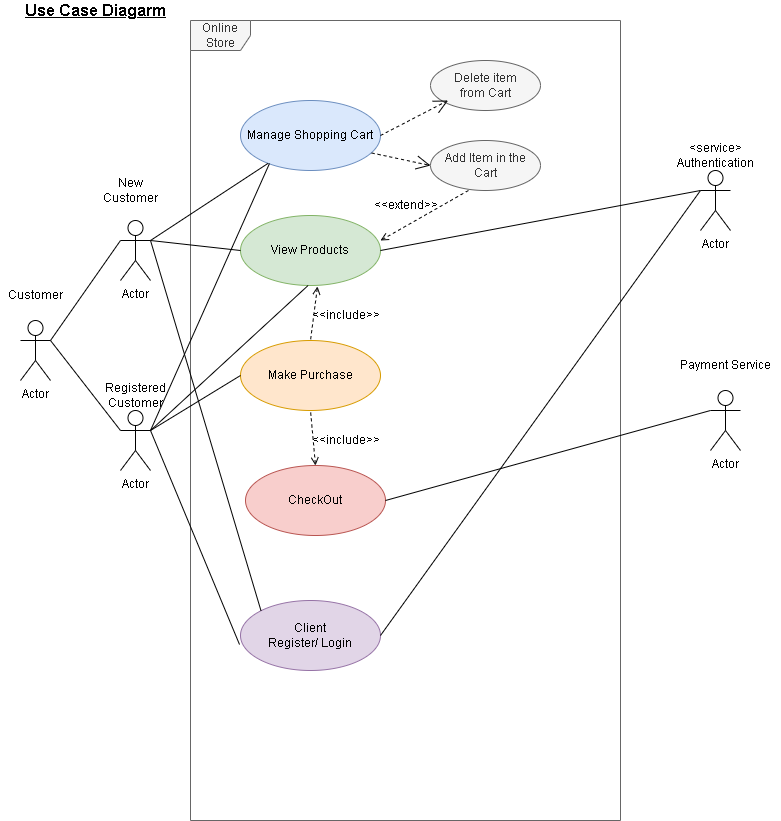
This is givealittle/UML diagramls/Scenarios/scenarios.png from tiisetsohub/GiveALittle, a draw.io export, as it was before one commit. Source tidied: cells renumbered, new cells last; positions are measured from the earlier drawing's top-left corner, leaving out a move shared by most shapes.
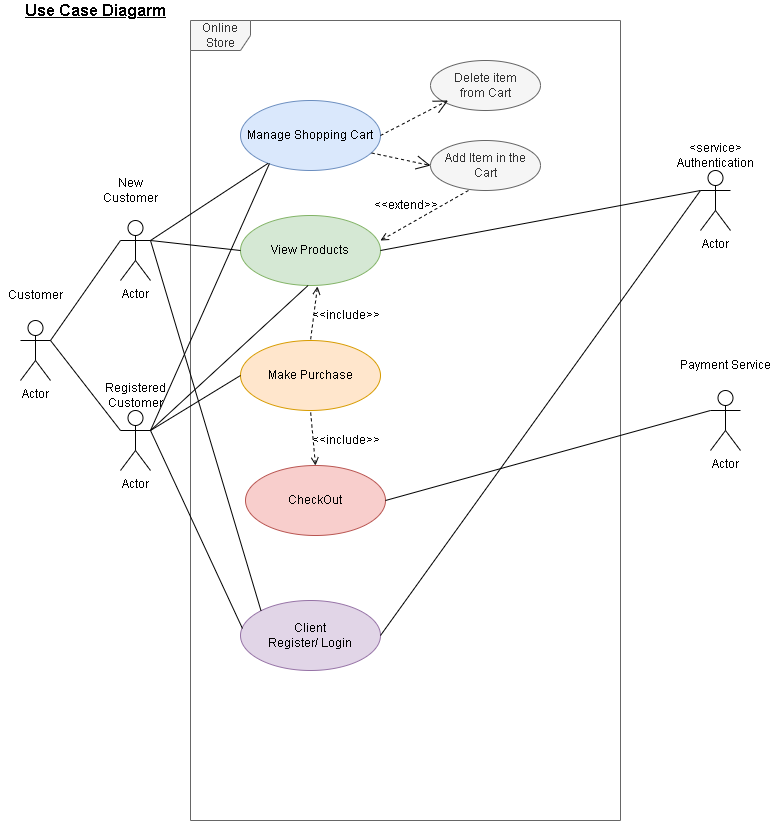
After the commit.

Diff of the diagram source:
```diff
@@ -78,7 +78,7 @@
     <mxCell id="25" style="endArrow=none;endFill=0;endSize=12;html=1;rounded=0;exitX=1;exitY=0.3333333333333333;exitDx=0;exitDy=0;exitPerimeter=0;entryX=0;entryY=0.3333333333333333;entryDx=0;entryDy=0;entryPerimeter=0;" parent="1" edge="1" source="2" target="4">
       <mxGeometry relative="1" as="geometry" />
     </mxCell>
-    <mxCell id="26" style="endArrow=none;endFill=0;endSize=12;html=1;rounded=0;exitX=1;exitY=0.3333333333333333;exitDx=0;exitDy=0;exitPerimeter=0;entryX=-0.007;entryY=0.629;entryDx=0;entryDy=0;entryPerimeter=0;" parent="1" edge="1" source="4" target="12">
+    <mxCell id="26" style="endArrow=none;endFill=0;endSize=12;html=1;rounded=0;exitX=1;exitY=0.3333333333333333;exitDx=0;exitDy=0;exitPerimeter=0;entryX=0.014;entryY=0.4;entryDx=0;entryDy=0;entryPerimeter=0;" parent="1" edge="1" source="4" target="12">
       <mxGeometry relative="1" as="geometry" />
     </mxCell>
     <mxCell id="27" style="endArrow=open;endFill=0;endSize=12;html=1;rounded=0;exitX=1;exitY=0.5;exitDx=0;exitDy=0;dashed=1;" parent="1" edge="1" source="8">
```
